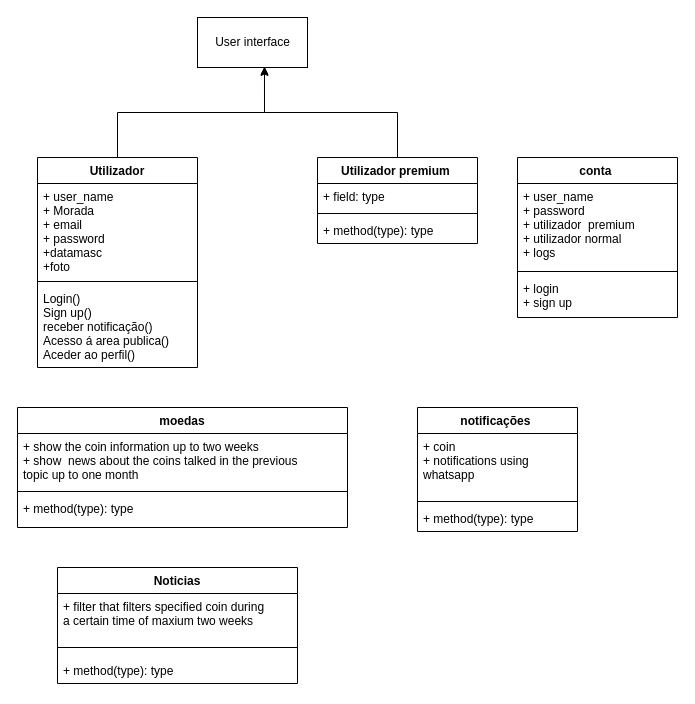
The draw.io diagram Class_Diagram.drawio in bgabrielma/ES_Project, before the edit. Source tidied: cells renumbered, new cells numbered last; positions are measured from the earlier drawing's top-left corner, leaving out a move shared by most shapes. Both pictures are drawn from the tidied source at 100%, with x=0, y=0 at pixel (17, 17).
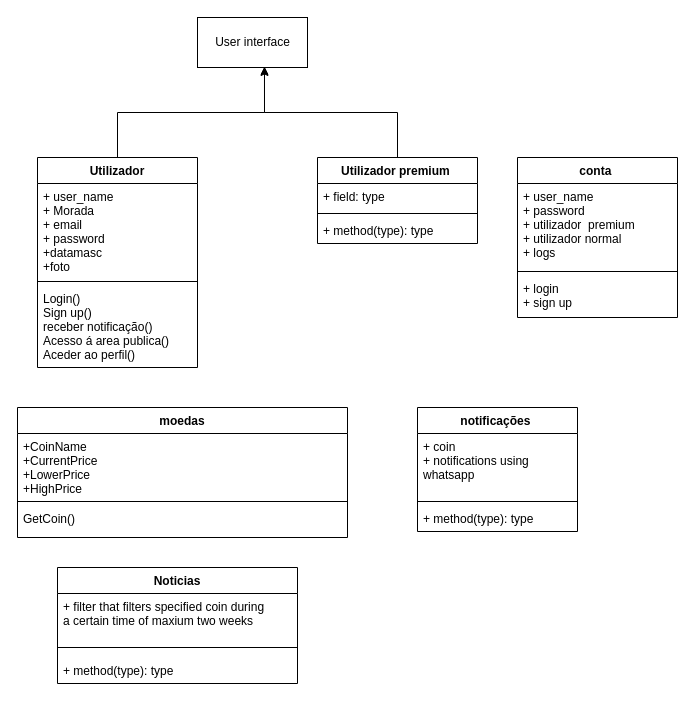
The same page after the edit.

Diff of the diagram source:
```diff
@@
     <mxCell id="13" value="moedas" style="swimlane;fontStyle=1;align=center;verticalAlign=top;horizontal=1;startSize=26;" parent="1" vertex="1">
-      <mxGeometry y="390" width="330" height="120" as="geometry" />
+      <mxGeometry y="390" width="330" height="130" as="geometry" />
     </mxCell>
-    <mxCell id="14" value="+ show the coin information up to two weeks &#10;+ show  news about the coins talked in the previous &#10;topic up to one month" style="text;strokeColor=none;fillColor=none;align=left;verticalAlign=top;spacingLeft=4;spacingRight=4;overflow=hidden;" parent="13" vertex="1">
-      <mxGeometry y="26" width="330" height="54" as="geometry" />
+    <mxCell id="14" value="+CoinName&#10;+CurrentPrice&#10;+LowerPrice&#10;+HighPrice&#10;" style="text;strokeColor=none;fillColor=none;align=left;verticalAlign=top;spacingLeft=4;spacingRight=4;overflow=hidden;" parent="13" vertex="1">
+      <mxGeometry y="26" width="330" height="64" as="geometry" />
     </mxCell>
     <mxCell id="15" style="line;strokeWidth=1;fillColor=none;align=left;verticalAlign=middle;spacingTop=-1;spacingLeft=3;spacingRight=3;labelPosition=right;strokeColor=inherit;" parent="13" vertex="1">
-      <mxGeometry y="80" width="330" height="8" as="geometry" />
+      <mxGeometry y="90" width="330" height="8" as="geometry" />
     </mxCell>
-    <mxCell id="16" value="+ method(type): type" style="text;strokeColor=none;fillColor=none;align=left;verticalAlign=top;spacingLeft=4;spacingRight=4;overflow=hidden;" parent="13" vertex="1">
-      <mxGeometry y="88" width="330" height="32" as="geometry" />
+    <mxCell id="16" value="GetCoin()" style="text;strokeColor=none;fillColor=none;align=left;verticalAlign=top;spacingLeft=4;spacingRight=4;overflow=hidden;" parent="13" vertex="1">
+      <mxGeometry y="98" width="330" height="32" as="geometry" />
     </mxCell>
```
